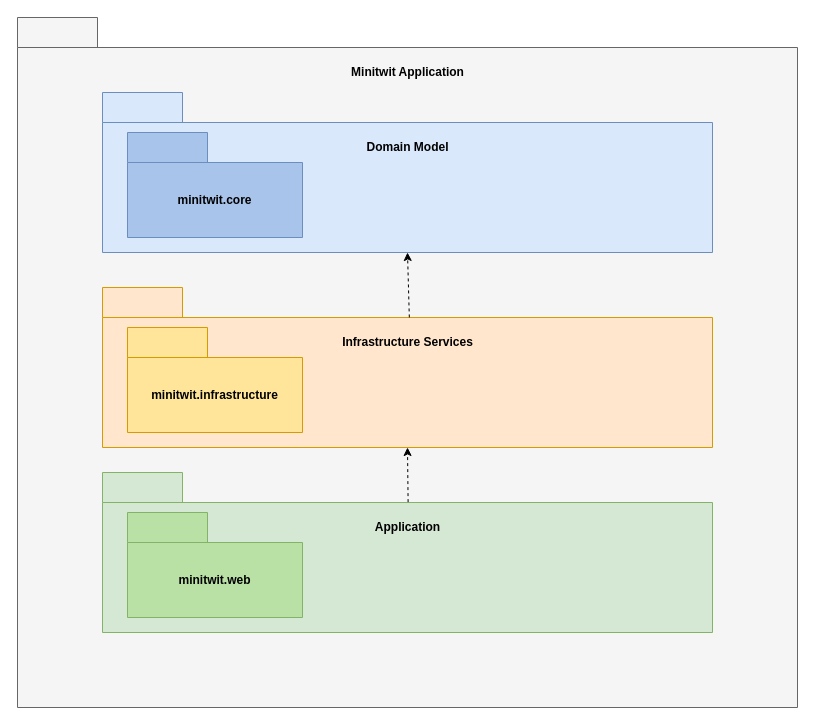
Earlier version of the draw.io diagram report/drawio_files/package-diagram.drawio (Docker-Daze/itu-minitwit). Source tidied: cells renumbered, new cells numbered last; positions are measured from the earlier drawing's top-left corner, leaving out a move shared by most shapes. Both pictures are drawn from the tidied source at 100%, with x=0, y=0 at pixel (17, 17).
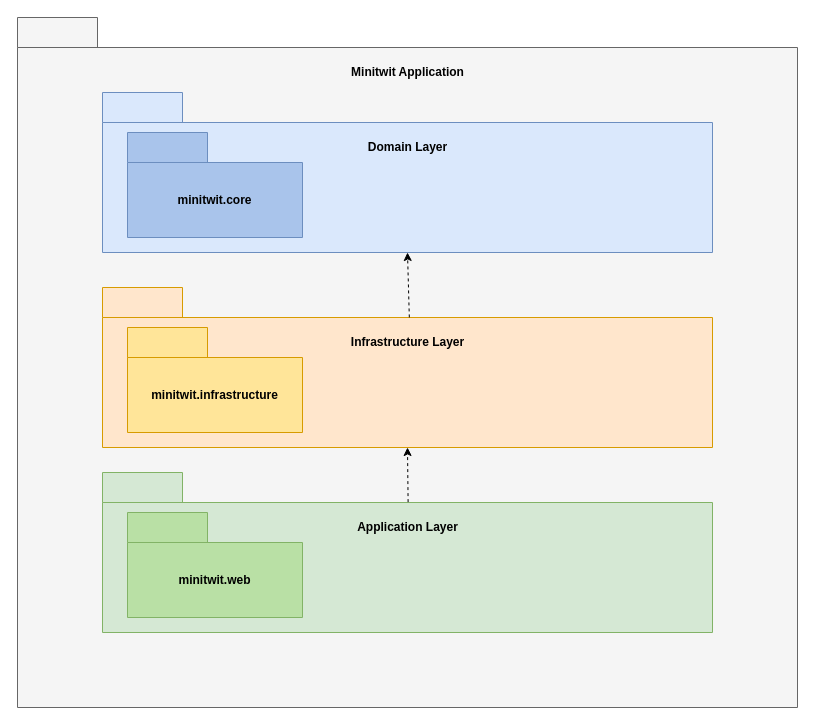
Above is the later version.

Commit message (it also covers changes not shown here):
Added package diagram and description

Diff of the diagram source:
```diff
@@
 <mxGraphModel>
   <root>
     <mxCell id="0" />
     <mxCell id="1" parent="0" />
     <mxCell id="2" style="shape=folder;fontStyle=1;tabWidth=80;tabHeight=30;tabPosition=left;html=1;boundedLbl=1;whiteSpace=wrap;fillColor=#f5f5f5;fontColor=#333333;strokeColor=#666666;" parent="1" vertex="1">
       <mxGeometry width="780" height="690" as="geometry" />
     </mxCell>
     <mxCell id="3" value="&lt;b&gt;Minitwit Application&lt;/b&gt;" style="text;html=1;align=center;verticalAlign=middle;strokeColor=none;fillColor=none;" parent="1" vertex="1">
       <mxGeometry x="320" y="40" width="140" height="30" as="geometry" />
     </mxCell>
     <mxCell id="4" style="shape=folder;fontStyle=1;tabWidth=80;tabHeight=30;tabPosition=left;html=1;boundedLbl=1;whiteSpace=wrap;fillColor=#dae8fc;strokeColor=#6c8ebf;" parent="1" vertex="1">
       <mxGeometry x="85" y="75" width="610" height="160" as="geometry" />
     </mxCell>
-    <mxCell id="5" value="&lt;b&gt;Domain Model&lt;/b&gt;" style="text;html=1;align=center;verticalAlign=middle;strokeColor=none;fillColor=none;" parent="1" vertex="1">
-      <mxGeometry x="335" y="115" width="110" height="30" as="geometry" />
+    <mxCell id="5" value="&lt;b&gt;Domain Layer&lt;/b&gt;" style="text;html=1;align=center;verticalAlign=middle;strokeColor=none;fillColor=none;" parent="1" vertex="1">
+      <mxGeometry x="340" y="115" width="100" height="30" as="geometry" />
     </mxCell>
     <mxCell id="6" style="shape=folder;fontStyle=1;tabWidth=80;tabHeight=30;tabPosition=left;html=1;boundedLbl=1;whiteSpace=wrap;fillColor=#ffe6cc;strokeColor=#d79b00;" parent="1" vertex="1">
       <mxGeometry x="85" y="270" width="610" height="160" as="geometry" />
     </mxCell>
-    <mxCell id="7" value="&lt;b&gt;Infrastructure Services&lt;/b&gt;" style="text;html=1;align=center;verticalAlign=middle;strokeColor=none;fillColor=none;" parent="1" vertex="1">
-      <mxGeometry x="315" y="310" width="150" height="30" as="geometry" />
+    <mxCell id="7" value="&lt;b&gt;Infrastructure Layer&lt;/b&gt;" style="text;html=1;align=center;verticalAlign=middle;strokeColor=none;fillColor=none;" parent="1" vertex="1">
+      <mxGeometry x="320" y="310" width="140" height="30" as="geometry" />
     </mxCell>
     <mxCell id="8" style="shape=folder;fontStyle=1;tabWidth=80;tabHeight=30;tabPosition=left;html=1;boundedLbl=1;whiteSpace=wrap;fillColor=#d5e8d4;strokeColor=#82b366;" parent="1" vertex="1">
       <mxGeometry x="85" y="455" width="610" height="160" as="geometry" />
     </mxCell>
-    <mxCell id="9" value="&lt;b&gt;Application&lt;/b&gt;" style="text;html=1;align=center;verticalAlign=middle;strokeColor=none;fillColor=none;" parent="1" vertex="1">
-      <mxGeometry x="345" y="495" width="90" height="30" as="geometry" />
+    <mxCell id="9" value="&lt;b&gt;Application Layer&lt;/b&gt;" style="text;html=1;align=center;verticalAlign=middle;strokeColor=none;fillColor=none;" parent="1" vertex="1">
+      <mxGeometry x="330" y="495" width="120" height="30" as="geometry" />
     </mxCell>
     <mxCell id="10" value="minitwit.web" style="shape=folder;fontStyle=1;tabWidth=80;tabHeight=30;tabPosition=left;html=1;boundedLbl=1;whiteSpace=wrap;fillColor=#B9E0A5;strokeColor=#82b366;" parent="1" vertex="1">
       <mxGeometry x="110" y="495" width="175" height="105" as="geometry" />
     </mxCell>
     <mxCell id="11" value="minitwit.infrastructure" style="shape=folder;fontStyle=1;tabWidth=80;tabHeight=30;tabPosition=left;html=1;boundedLbl=1;whiteSpace=wrap;fillColor=#FFE599;strokeColor=#d79b00;" parent="1" vertex="1">
       <mxGeometry x="110" y="310" width="175" height="105" as="geometry" />
     </mxCell>
     <mxCell id="12" value="minitwit.core" style="shape=folder;fontStyle=1;tabWidth=80;tabHeight=30;tabPosition=left;html=1;boundedLbl=1;whiteSpace=wrap;fillColor=#A9C4EB;strokeColor=#6c8ebf;" parent="1" vertex="1">
       <mxGeometry x="110" y="115" width="175" height="105" as="geometry" />
     </mxCell>
     <mxCell id="13" style="endArrow=classic;html=1;rounded=0;entryX=0.5;entryY=1;entryDx=0;entryDy=0;entryPerimeter=0;exitX=0.503;exitY=0.187;exitDx=0;exitDy=0;exitPerimeter=0;dashed=1;" parent="1" edge="1" source="6" target="4">
       <mxGeometry relative="1" as="geometry" />
     </mxCell>
     <mxCell id="14" style="endArrow=classic;html=1;rounded=0;entryX=0.5;entryY=1;entryDx=0;entryDy=0;entryPerimeter=0;dashed=1;exitX=0.501;exitY=0.185;exitDx=0;exitDy=0;exitPerimeter=0;" parent="1" edge="1" source="8" target="6">
       <mxGeometry relative="1" as="geometry" />
     </mxCell>
   </root>
 </mxGraphModel>
```
